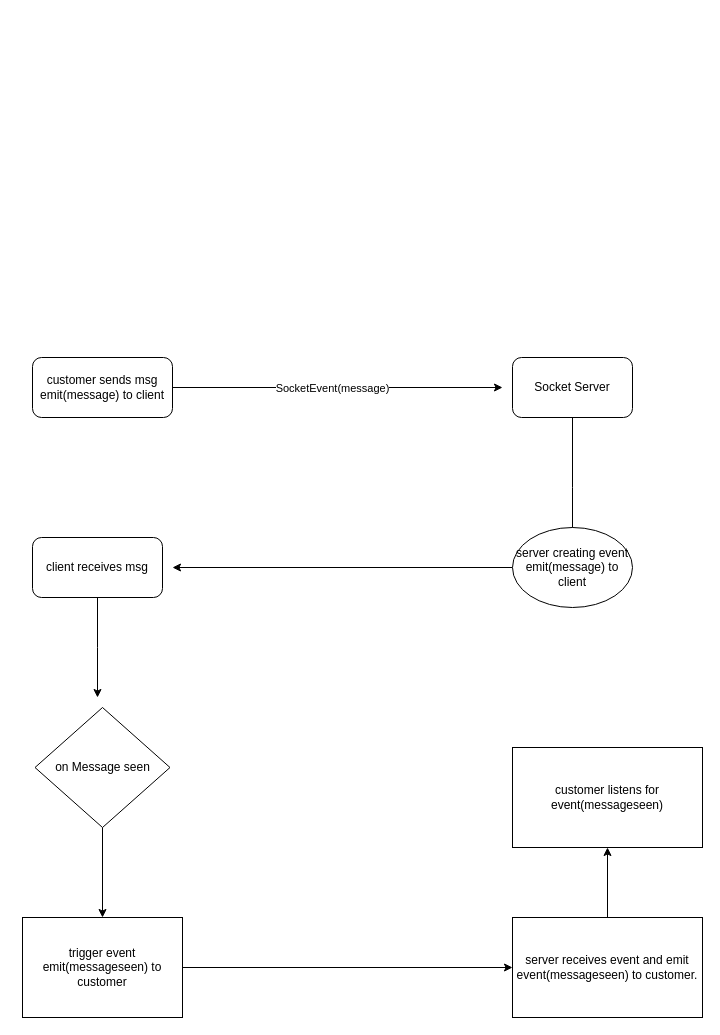
The draw.io diagram gedd.drawio in udityaprakash/draw.io, before the edit. Source tidied: cells renumbered, new cells numbered last; positions are measured from the earlier drawing's top-left corner, leaving out a move shared by most shapes. Both pictures are drawn from the tidied source at 100%, with x=0, y=0 at pixel (22, 357).
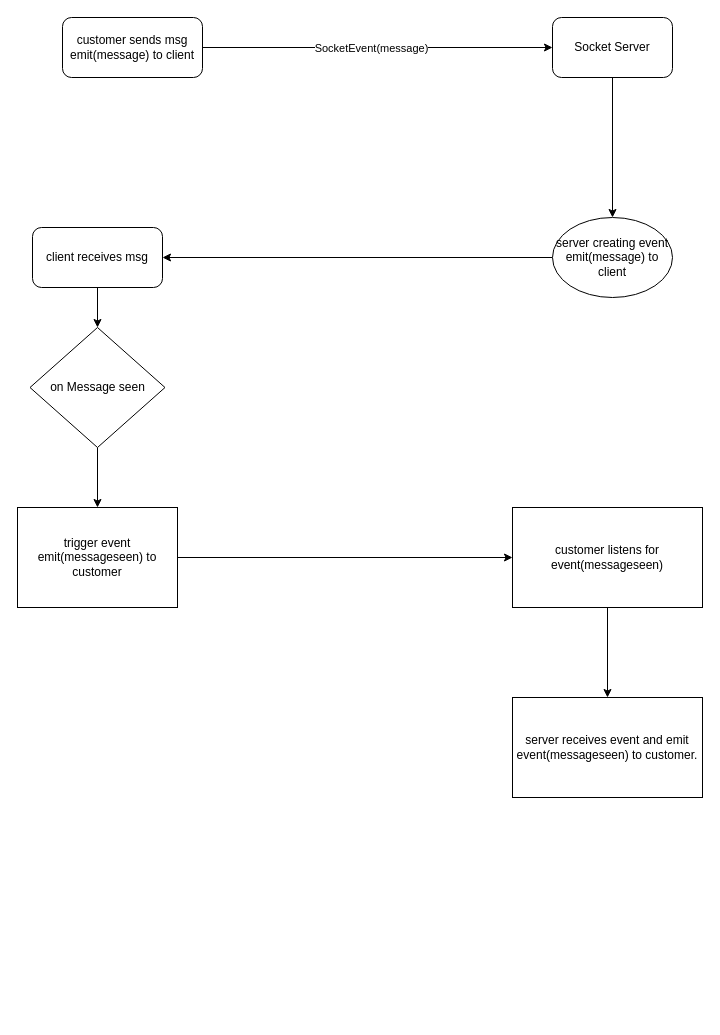
The same page after the edit.

Diff of the diagram source:
```diff
@@
-    <mxCell id="2" style="edgeStyle=orthogonalEdgeStyle;rounded=0;jettySize=auto;html=1;" parent="1" edge="1" source="4">
-      <mxGeometry relative="1" as="geometry">
-        <mxPoint x="480" y="30" as="targetPoint" />
-      </mxGeometry>
+    <mxCell id="2" style="edgeStyle=orthogonalEdgeStyle;rounded=0;jettySize=auto;html=1;entryX=0;entryY=0.5;entryDx=0;entryDy=0;" parent="1" edge="1" source="4" target="6">
+      <mxGeometry relative="1" as="geometry" />
     </mxCell>
@@
     <mxCell id="4" value="customer sends msg&lt;div&gt;emit(message) to client&lt;/div&gt;" style="rounded=1;whiteSpace=wrap;html=1;" parent="1" vertex="1">
-      <mxGeometry x="10" width="140" height="60" as="geometry" />
+      <mxGeometry x="40" y="-340" width="140" height="60" as="geometry" />
     </mxCell>
-    <mxCell id="5" style="edgeStyle=orthogonalEdgeStyle;rounded=0;jettySize=auto;html=1;" parent="1" edge="1" source="6">
-      <mxGeometry relative="1" as="geometry">
-        <mxPoint x="550" y="200" as="targetPoint" />
-      </mxGeometry>
-    </mxCell>
+    <mxCell id="18" style="edgeStyle=orthogonalEdgeStyle;rounded=0;jettySize=auto;html=1;exitX=0.5;exitY=1;exitDx=0;exitDy=0;entryX=0.5;entryY=0;entryDx=0;entryDy=0;" parent="1" edge="1" source="6" target="10">
+      <mxGeometry relative="1" as="geometry" />
+    </mxCell>
     <mxCell id="6" value="Socket Server" style="rounded=1;whiteSpace=wrap;html=1;" parent="1" vertex="1">
-      <mxGeometry x="490" width="120" height="60" as="geometry" />
+      <mxGeometry x="530" y="-340" width="120" height="60" as="geometry" />
     </mxCell>
-    <mxCell id="7" style="edgeStyle=orthogonalEdgeStyle;rounded=0;jettySize=auto;html=1;" parent="1" edge="1" source="8">
-      <mxGeometry relative="1" as="geometry">
-        <mxPoint x="75" y="340" as="targetPoint" />
-      </mxGeometry>
-    </mxCell>
+    <mxCell id="19" style="edgeStyle=orthogonalEdgeStyle;rounded=0;jettySize=auto;html=1;exitX=0.5;exitY=1;exitDx=0;exitDy=0;entryX=0.5;entryY=0;entryDx=0;entryDy=0;" parent="1" edge="1" source="8" target="12">
+      <mxGeometry relative="1" as="geometry" />
+    </mxCell>
     <mxCell id="8" value="client receives msg" style="rounded=1;whiteSpace=wrap;html=1;" parent="1" vertex="1">
-      <mxGeometry x="10" y="180" width="130" height="60" as="geometry" />
+      <mxGeometry x="10" y="-130" width="130" height="60" as="geometry" />
     </mxCell>
-    <mxCell id="9" style="edgeStyle=orthogonalEdgeStyle;rounded=0;jettySize=auto;html=1;exitX=0;exitY=0.5;exitDx=0;exitDy=0;" parent="1" edge="1" source="10">
-      <mxGeometry relative="1" as="geometry">
-        <mxPoint x="150" y="210" as="targetPoint" />
-      </mxGeometry>
-    </mxCell>
+    <mxCell id="20" style="edgeStyle=orthogonalEdgeStyle;rounded=0;jettySize=auto;html=1;exitX=0;exitY=0.5;exitDx=0;exitDy=0;entryX=1;entryY=0.5;entryDx=0;entryDy=0;" parent="1" edge="1" source="10" target="8">
+      <mxGeometry relative="1" as="geometry" />
+    </mxCell>
     <mxCell id="10" value="server creating event emit(message) to client" style="ellipse;whiteSpace=wrap;html=1;" parent="1" vertex="1">
-      <mxGeometry x="490" y="170" width="120" height="80" as="geometry" />
+      <mxGeometry x="530" y="-140" width="120" height="80" as="geometry" />
     </mxCell>
@@
+    <mxCell id="21" style="edgeStyle=orthogonalEdgeStyle;rounded=0;jettySize=auto;html=1;exitX=1;exitY=0.5;exitDx=0;exitDy=0;entryX=0;entryY=0.5;entryDx=0;entryDy=0;" parent="1" edge="1" source="14" target="17">
+      <mxGeometry relative="1" as="geometry" />
+    </mxCell>
+    <mxCell id="14" value="trigger event emit(messageseen) to customer" style="whiteSpace=wrap;html=1;rotation=0;" parent="1" vertex="1">
+      <mxGeometry x="-5" y="150" width="160" height="100" as="geometry" />
+    </mxCell>
+    <mxCell id="16" value="server receives event and emit event(messageseen) to customer." style="whiteSpace=wrap;html=1;" parent="1" vertex="1">
+      <mxGeometry x="490" y="340" width="190" height="100" as="geometry" />
+    </mxCell>
+    <mxCell id="22" style="edgeStyle=orthogonalEdgeStyle;rounded=0;jettySize=auto;html=1;exitX=0.5;exitY=1;exitDx=0;exitDy=0;entryX=0.5;entryY=0;entryDx=0;entryDy=0;" parent="1" edge="1" source="17" target="16">
+      <mxGeometry relative="1" as="geometry" />
+    </mxCell>
+    <mxCell id="17" value="customer listens for event(messageseen)" style="whiteSpace=wrap;html=1;" parent="1" vertex="1">
+      <mxGeometry x="490" y="150" width="190" height="100" as="geometry" />
+    </mxCell>
     <mxCell id="12" value="on Message seen" style="rhombus;whiteSpace=wrap;html=1;" parent="1" vertex="1">
-      <mxGeometry x="12.5" y="350" width="135" height="120" as="geometry" />
+      <mxGeometry x="7.5" y="-30" width="135" height="120" as="geometry" />
     </mxCell>
-    <mxCell id="13" style="edgeStyle=orthogonalEdgeStyle;rounded=0;jettySize=auto;html=1;" parent="1" edge="1" source="14" target="16">
-      <mxGeometry relative="1" as="geometry" />
-    </mxCell>
-    <mxCell id="14" value="trigger event emit(messageseen) to customer" style="whiteSpace=wrap;html=1;rotation=0;" parent="1" vertex="1">
-      <mxGeometry y="560" width="160" height="100" as="geometry" />
-    </mxCell>
-    <mxCell id="15" style="edgeStyle=orthogonalEdgeStyle;rounded=0;jettySize=auto;html=1;" parent="1" edge="1" source="16" target="17">
-      <mxGeometry relative="1" as="geometry" />
-    </mxCell>
-    <mxCell id="16" value="server receives event and emit event(messageseen) to customer." style="whiteSpace=wrap;html=1;" parent="1" vertex="1">
-      <mxGeometry x="490" y="560" width="190" height="100" as="geometry" />
-    </mxCell>
-    <mxCell id="17" value="customer listens for event(messageseen)" style="whiteSpace=wrap;html=1;" parent="1" vertex="1">
-      <mxGeometry x="490" y="390" width="190" height="100" as="geometry" />
-    </mxCell>
```
